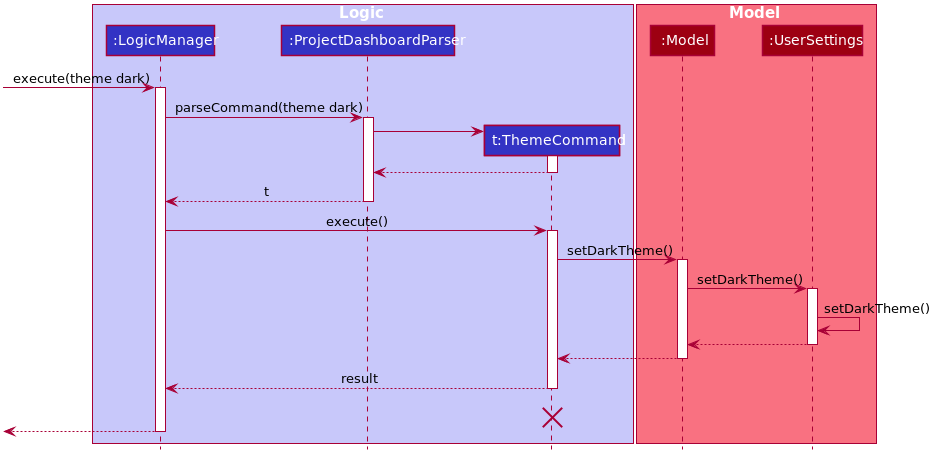
nus-cs2103-AY1920S1/addressbook-level3 keeps this PlantUML diagram as docs/images/ThemeSequenceDiagram.png. Above is the earlier version. Its diagram source:
```plantuml
@startuml








skinparam BackgroundColor #FFFFFFF

skinparam Shadowing false

skinparam Class {
    FontColor #FFFFFF
    BorderThickness 1
    BorderColor #FFFFFF
    StereotypeFontColor #FFFFFF
    FontName Arial
}

skinparam Actor {
    BorderColor #000000
    Color #000000
    FontName Arial
}

skinparam Sequence {
    MessageAlign center
    BoxFontSize 15
    BoxPadding 0
    BoxFontColor #FFFFFF
    FontName Arial
}

skinparam Participant {
    FontColor #FFFFFFF
    Padding 20
}

skinparam MinClassWidth 50
skinparam ParticipantPadding 10
skinparam Shadowing false
skinparam DefaultTextAlignment center
skinparam packageStyle Rectangle

hide footbox
hide members
hide circle

box Logic #C8C8FA
participant ":LogicManager" as LogicManager #3333C4
participant ":ProjectDashboardParser" as ProjectDashboardParser #3333C4
participant "t:ThemeCommand" as ThemeCommand #3333C4
end box

box Model #F97181
participant ":Model" as Model #9D0012
participant ":UserSettings" as UserSettings #9D0012
end box
[-> LogicManager : execute(theme dark)
activate LogicManager

LogicManager -> ProjectDashboardParser : parseCommand(theme dark)
activate ProjectDashboardParser

create ThemeCommand
ProjectDashboardParser -> ThemeCommand
activate ThemeCommand

ThemeCommand --> ProjectDashboardParser
deactivate ThemeCommand

ProjectDashboardParser --> LogicManager : t
deactivate ProjectDashboardParser

LogicManager -> ThemeCommand : execute()
activate ThemeCommand

ThemeCommand -> Model : setDarkTheme()
activate Model

Model -> UserSettings : setDarkTheme()
activate UserSettings

UserSettings -> UserSettings :setDarkTheme()
UserSettings --> Model :
deactivate UserSettings

Model --> ThemeCommand
deactivate Model

ThemeCommand --> LogicManager : result
deactivate ThemeCommand
ThemeCommand -[hidden]-> LogicManager : result
destroy ThemeCommand

[<--LogicManager
deactivate LogicManager
@enduml
```
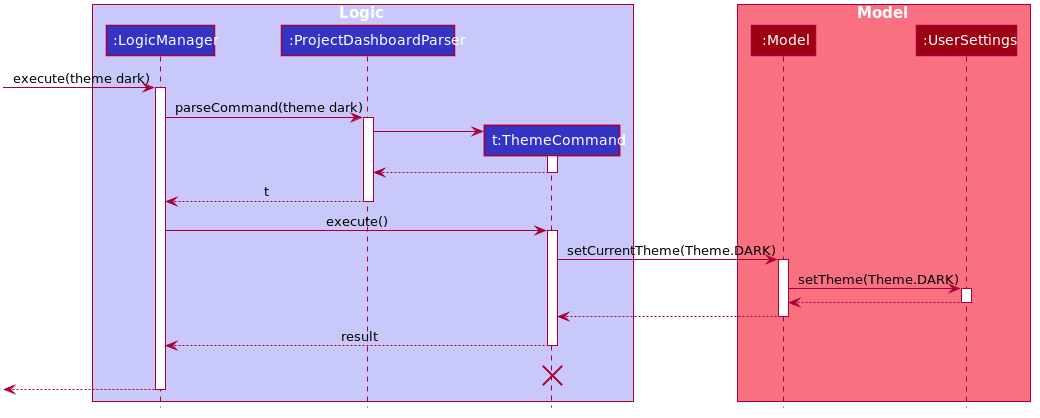
After the commit.

Diff of the diagram source:
```diff
@@ -77,13 +77,12 @@
 LogicManager -> ThemeCommand : execute()
 activate ThemeCommand
 
-ThemeCommand -> Model : setDarkTheme()
+ThemeCommand -> Model : setCurrentTheme(Theme.DARK)
 activate Model
 
-Model -> UserSettings : setDarkTheme()
+Model -> UserSettings : setTheme(Theme.DARK)
 activate UserSettings
 
-UserSettings -> UserSettings :setDarkTheme()
 UserSettings --> Model :
 deactivate UserSettings
 
```
